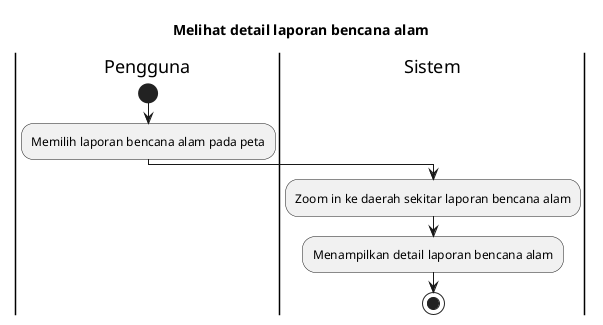
Above: export/Activity Diagrams/UC-MAP - Peta Bencana/UC-MAP-008 - Melihat detail laporan bencana alam.png in bagusNA/appl-diagrams (PlantUML), before the change.
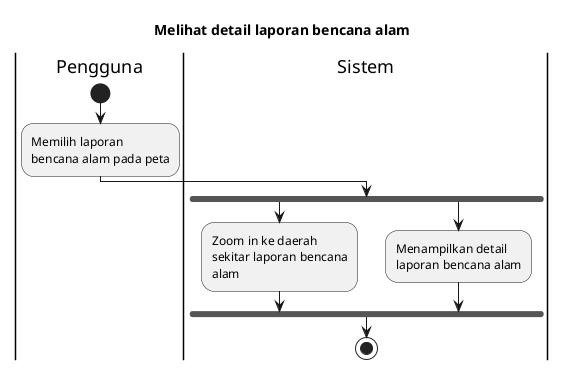
After the change.

The edit, as a diff of the source:
```diff
@@ -1,4 +1,6 @@
 @startuml
+skinparam wrapWidth 140
+
 title Melihat detail laporan bencana alam
 
 |Pengguna|
@@ -6,8 +8,11 @@
 :Memilih laporan bencana alam pada peta;
 
 |Sistem|
-:Zoom in ke daerah sekitar laporan bencana alam;
-:Menampilkan detail laporan bencana alam;
+fork
+  :Zoom in ke daerah sekitar laporan bencana alam;
+fork again
+  :Menampilkan detail laporan bencana alam;
+endfork
 
 stop
 @enduml
```
